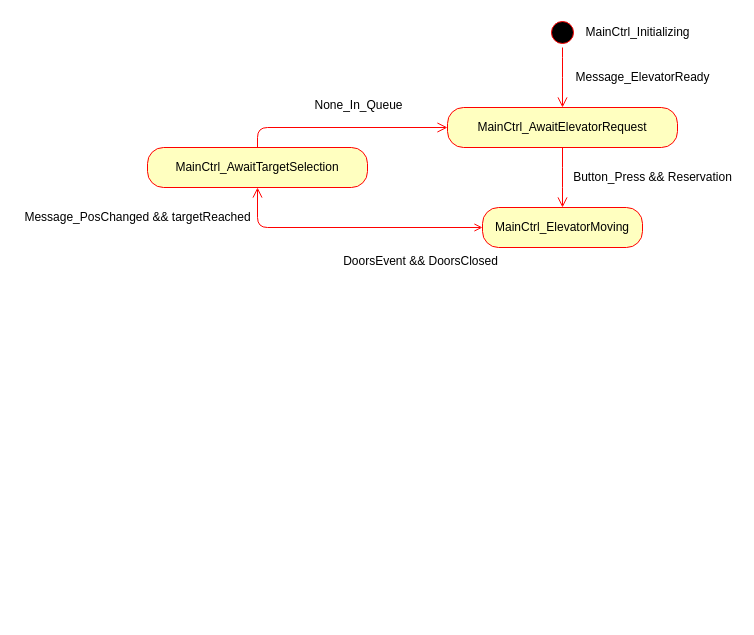
Before: States.drawio in Gerfatz/ProjektM121, a draw.io diagram. Source tidied: cells renumbered, new cells numbered last; positions are measured from the earlier drawing's top-left corner, leaving out a move shared by most shapes. Both pictures are drawn from the tidied source at 100%, with x=0, y=0 at pixel (17, 17).
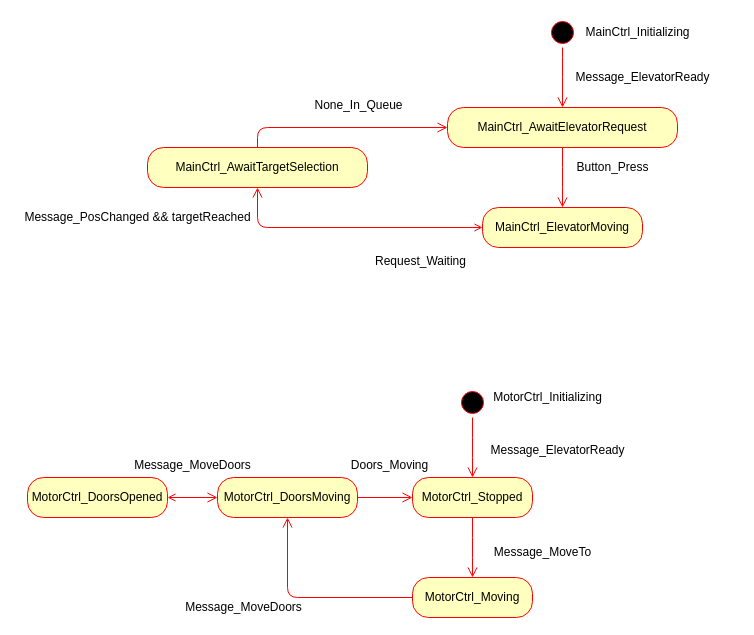
After the change.

Commit message:
finished state diagramm

Diff of the diagram source:
```diff
@@
-    <mxCell id="10" value="Button_Press &amp;amp;&amp;amp; Reservation" style="text;html=1;align=center;verticalAlign=middle;" parent="1" vertex="1">
-      <mxGeometry x="550" y="150" width="170" height="20" as="geometry" />
+    <mxCell id="10" value="Button_Press" style="text;html=1;align=center;verticalAlign=middle;" parent="1" vertex="1">
+      <mxGeometry x="550" y="140" width="90" height="20" as="geometry" />
     </mxCell>
@@
-    <mxCell id="14" value="DoorsEvent &amp;amp;&amp;amp; DoorsClosed" style="text;html=1;align=center;verticalAlign=middle;" parent="1" vertex="1">
-      <mxGeometry x="318" y="234" width="170" height="20" as="geometry" />
+    <mxCell id="14" value="Request_Waiting" style="text;html=1;align=center;verticalAlign=middle;" parent="1" vertex="1">
+      <mxGeometry x="348" y="234" width="110" height="20" as="geometry" />
     </mxCell>
@@
+    <mxCell id="16" style="ellipse;html=1;shape=startState;fillColor=#000000;strokeColor=#ff0000;" parent="1" vertex="1">
+      <mxGeometry x="440" y="370" width="30" height="30" as="geometry" />
+    </mxCell>
+    <mxCell id="17" style="edgeStyle=orthogonalEdgeStyle;html=1;verticalAlign=bottom;endArrow=open;endSize=8;strokeColor=#ff0000;" parent="1" edge="1" source="16">
+      <mxGeometry relative="1" as="geometry">
+        <mxPoint x="455" y="460" as="targetPoint" />
+      </mxGeometry>
+    </mxCell>
+    <mxCell id="18" value="MotorCtrl_Initializing" style="text;html=1;align=center;verticalAlign=middle;" parent="1" vertex="1">
+      <mxGeometry x="470" y="370" width="120" height="20" as="geometry" />
+    </mxCell>
+    <mxCell id="19" value="MotorCtrl_Stopped" style="rounded=1;whiteSpace=wrap;html=1;arcSize=40;fontColor=#000000;fillColor=#ffffc0;strokeColor=#ff0000;" parent="1" vertex="1">
+      <mxGeometry x="395" y="460" width="120" height="40" as="geometry" />
+    </mxCell>
+    <mxCell id="20" style="edgeStyle=orthogonalEdgeStyle;html=1;verticalAlign=bottom;endArrow=open;endSize=8;strokeColor=#ff0000;" parent="1" edge="1" source="19">
+      <mxGeometry relative="1" as="geometry">
+        <mxPoint x="455" y="560" as="targetPoint" />
+      </mxGeometry>
+    </mxCell>
+    <mxCell id="21" value="Message_ElevatorReady" style="text;html=1;align=center;verticalAlign=middle;" parent="1" vertex="1">
+      <mxGeometry x="465" y="423" width="150" height="20" as="geometry" />
+    </mxCell>
+    <mxCell id="22" value="MotorCtrl_Moving" style="rounded=1;whiteSpace=wrap;html=1;arcSize=40;fontColor=#000000;fillColor=#ffffc0;strokeColor=#ff0000;" parent="1" vertex="1">
+      <mxGeometry x="395" y="560" width="120" height="40" as="geometry" />
+    </mxCell>
+    <mxCell id="23" style="edgeStyle=orthogonalEdgeStyle;html=1;verticalAlign=bottom;endArrow=open;endSize=8;strokeColor=#ff0000;entryX=0.5;entryY=1;entryDx=0;entryDy=0;" parent="1" edge="1" source="22" target="25">
+      <mxGeometry relative="1" as="geometry" />
+    </mxCell>
+    <mxCell id="24" value="Message_MoveTo" style="text;html=1;align=center;verticalAlign=middle;" parent="1" vertex="1">
+      <mxGeometry x="470" y="525" width="110" height="20" as="geometry" />
+    </mxCell>
+    <mxCell id="25" value="MotorCtrl_DoorsMoving" style="rounded=1;whiteSpace=wrap;html=1;arcSize=40;fontColor=#000000;fillColor=#ffffc0;strokeColor=#ff0000;" parent="1" vertex="1">
+      <mxGeometry x="200" y="460" width="140" height="40" as="geometry" />
+    </mxCell>
+    <mxCell id="26" style="edgeStyle=orthogonalEdgeStyle;html=1;verticalAlign=bottom;endArrow=open;endSize=8;strokeColor=#ff0000;entryX=0;entryY=0.5;entryDx=0;entryDy=0;" parent="1" edge="1" source="25" target="19">
+      <mxGeometry relative="1" as="geometry" />
+    </mxCell>
+    <mxCell id="27" value="MotorCtrl_DoorsOpened" style="rounded=1;whiteSpace=wrap;html=1;arcSize=40;fontColor=#000000;fillColor=#ffffc0;strokeColor=#ff0000;" parent="1" vertex="1">
+      <mxGeometry x="10" y="460" width="140" height="40" as="geometry" />
+    </mxCell>
+    <mxCell id="28" style="edgeStyle=orthogonalEdgeStyle;html=1;verticalAlign=bottom;endArrow=open;endSize=8;strokeColor=#ff0000;entryX=0;entryY=0.5;entryDx=0;entryDy=0;startArrow=open;startFill=0;" parent="1" edge="1" source="27" target="25">
+      <mxGeometry relative="1" as="geometry" />
+    </mxCell>
+    <mxCell id="29" value="Message_MoveDoors" style="text;html=1;align=center;verticalAlign=middle;" parent="1" vertex="1">
+      <mxGeometry x="161" y="580" width="130" height="20" as="geometry" />
+    </mxCell>
+    <mxCell id="30" value="Message_MoveDoors" style="text;html=1;align=center;verticalAlign=middle;" parent="1" vertex="1">
+      <mxGeometry x="110" y="438" width="130" height="20" as="geometry" />
+    </mxCell>
+    <mxCell id="31" value="Doors_Moving" style="text;html=1;align=center;verticalAlign=middle;" parent="1" vertex="1">
+      <mxGeometry x="327" y="438" width="90" height="20" as="geometry" />
+    </mxCell>
```
